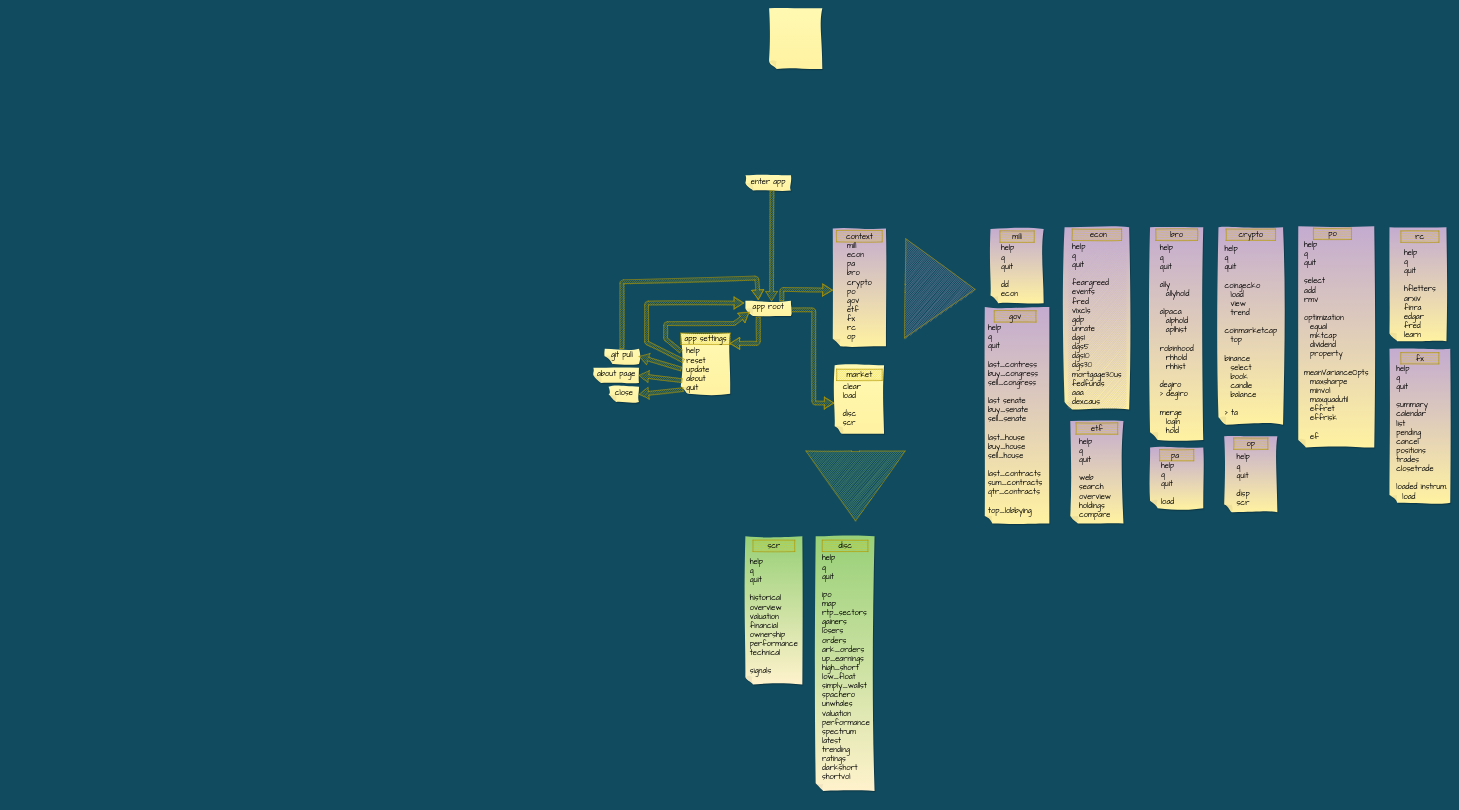
The draw.io diagram Untitled Diagram.drawio in OpenBB-finance/OpenBB, before the edit. Source tidied: cells renumbered, new cells numbered last; positions are measured from the earlier drawing's top-left corner, leaving out a move shared by most shapes. Both pictures are drawn from the tidied source at 38%, with x=0, y=0 at pixel (593, 8).
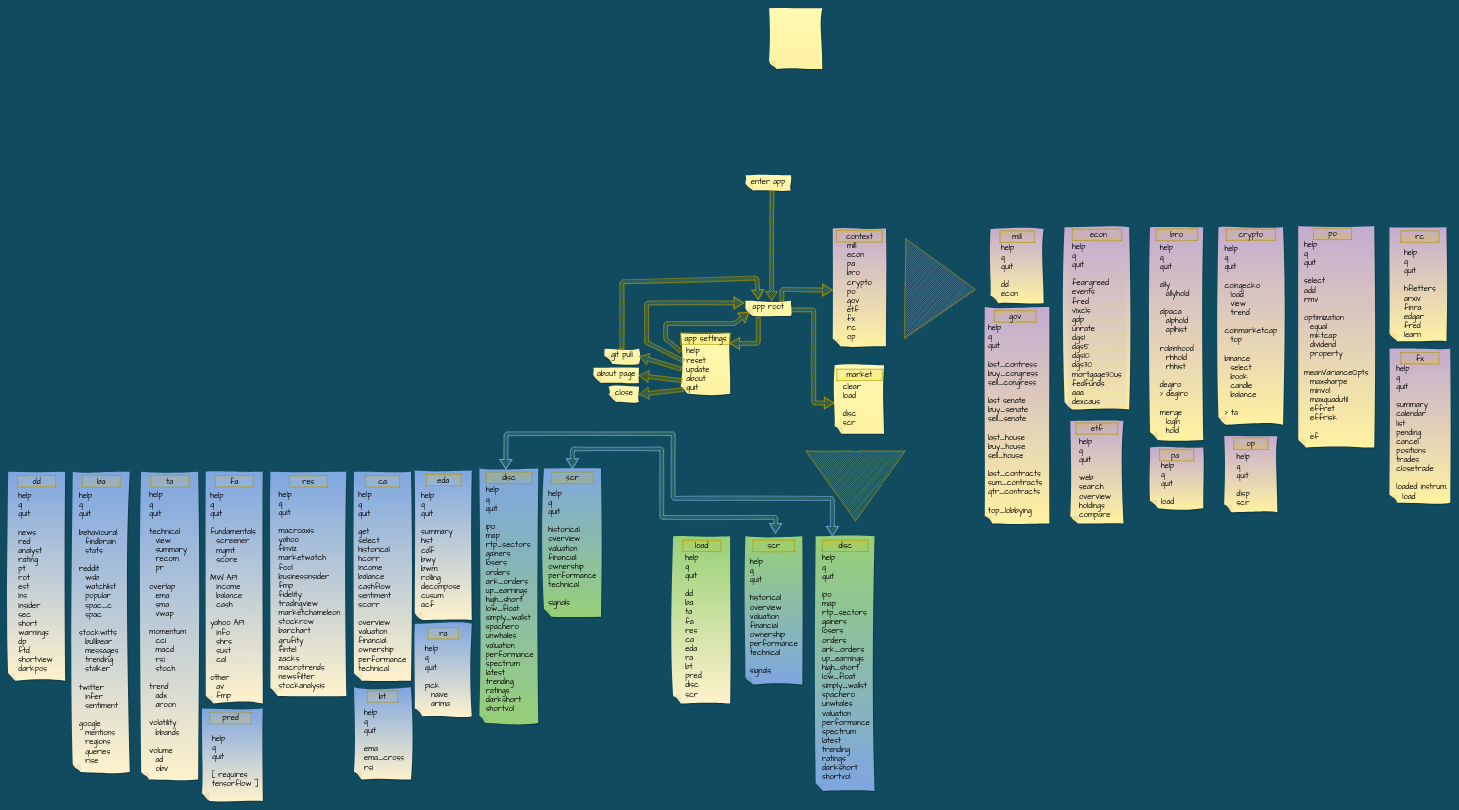
The same diagram, later.

Change to the diagram source:
```diff
@@
-    <mxCell id="65" style="shape=note;whiteSpace=wrap;html=1;backgroundOutline=1;darkOpacity=0.05;strokeColor=none;fillStyle=solid;direction=west;gradientDirection=north;sketch=1;shadow=1;size=20;fontSize=24;jiggle=2;hachureGap=4;fontFamily=Architects Daughter;gradientColor=#FFF2CC;fillColor=#97D077;" parent="1" vertex="1">
+    <mxCell id="65" style="shape=note;whiteSpace=wrap;html=1;backgroundOutline=1;darkOpacity=0.05;strokeColor=none;fillStyle=solid;direction=west;gradientDirection=north;sketch=1;shadow=1;size=20;fontSize=24;jiggle=2;hachureGap=4;fontFamily=Architects Daughter;fillColor=#97D077;gradientColor=#7EA6E0;" parent="1" vertex="1">
       <mxGeometry x="585" y="1390" width="155" height="670" as="geometry" />
     </mxCell>
@@
-    <mxCell id="68" style="shape=note;whiteSpace=wrap;html=1;backgroundOutline=1;darkOpacity=0.05;strokeColor=none;fillStyle=solid;direction=west;gradientDirection=north;sketch=1;shadow=1;size=20;fontSize=24;jiggle=2;hachureGap=4;fontFamily=Architects Daughter;gradientColor=#FFF2CC;fillColor=#97D077;" parent="1" vertex="1">
+    <mxCell id="68" style="shape=note;whiteSpace=wrap;html=1;backgroundOutline=1;darkOpacity=0.05;strokeColor=none;fillStyle=solid;direction=west;gradientDirection=north;sketch=1;shadow=1;size=20;fontSize=24;jiggle=2;hachureGap=4;fontFamily=Architects Daughter;fillColor=#97D077;gradientColor=#7EA6E0;" parent="1" vertex="1">
       <mxGeometry x="400" y="1390" width="150" height="390" as="geometry" />
     </mxCell>
@@
+    <mxCell id="73" style="shape=note;whiteSpace=wrap;html=1;backgroundOutline=1;darkOpacity=0.05;strokeColor=none;fillStyle=solid;direction=west;gradientDirection=north;sketch=1;shadow=1;size=20;fontSize=24;jiggle=2;hachureGap=4;fontFamily=Architects Daughter;gradientColor=#FFF2CC;fillColor=#97D077;" parent="1" vertex="1">
+      <mxGeometry x="210" y="1390" width="150" height="440" as="geometry" />
+    </mxCell>
+    <mxCell id="74" value="&amp;nbsp; &amp;nbsp;load&amp;nbsp; &amp;nbsp;" style="text;html=1;align=center;verticalAlign=middle;sketch=1;hachureGap=4;fontFamily=Architects Daughter;fontSize=20;fillColor=#e3c800;strokeColor=#B09500;fontColor=#000000;" parent="1" vertex="1">
+      <mxGeometry x="235" y="1400" width="100" height="30" as="geometry" />
+    </mxCell>
+    <mxCell id="75" value="&lt;div&gt;&lt;/div&gt;&lt;span&gt;help&lt;br&gt;q&lt;br&gt;quit&lt;br&gt;&lt;br&gt;dd&lt;br&gt;ba&lt;br&gt;ta&lt;br&gt;fa&lt;br&gt;res&lt;br&gt;ca&lt;br&gt;eda&lt;br&gt;ra&lt;br&gt;bt&lt;br&gt;pred&lt;br&gt;disc&lt;br&gt;scr&lt;br&gt;&lt;/span&gt;" style="text;html=1;align=left;verticalAlign=middle;fillColor=none;strokeColor=none;rounded=0;sketch=1;hachureGap=4;fontFamily=Architects Daughter;fontSize=20;" parent="1" vertex="1">
+      <mxGeometry x="240" y="1430" width="60" height="390" as="geometry" />
+    </mxCell>
+    <mxCell id="76" style="shape=note;whiteSpace=wrap;html=1;backgroundOutline=1;darkOpacity=0.05;strokeColor=none;fillStyle=solid;direction=west;gradientDirection=north;sketch=1;shadow=1;size=20;fontSize=24;jiggle=2;hachureGap=4;fontFamily=Architects Daughter;gradientColor=#FFF2CC;fillColor=#7EA6E0;" parent="1" vertex="1">
+      <mxGeometry x="-1540" y="1220" width="150" height="550" as="geometry" />
+    </mxCell>
+    <mxCell id="77" value="&amp;nbsp; &amp;nbsp; dd&amp;nbsp; &amp;nbsp;&amp;nbsp;" style="text;html=1;align=center;verticalAlign=middle;sketch=1;hachureGap=4;fontFamily=Architects Daughter;fontSize=20;strokeColor=#B09500;fontColor=#000000;fillColor=#FFD966;" parent="1" vertex="1">
+      <mxGeometry x="-1515" y="1230" width="100" height="30" as="geometry" />
+    </mxCell>
+    <mxCell id="78" value="&lt;div&gt;&lt;/div&gt;&lt;span&gt;help&lt;br&gt;q&lt;br&gt;quit&lt;br&gt;&lt;br&gt;news&lt;br&gt;red&lt;br&gt;analyst&lt;br&gt;rating&lt;br&gt;pt&lt;br&gt;rot&lt;br&gt;est&lt;br&gt;ins&lt;br&gt;insider&lt;br&gt;sec&lt;br&gt;short&lt;br&gt;warnings&lt;br&gt;dp&lt;br&gt;ftd&lt;br&gt;shortview&lt;br&gt;darkpos&lt;br&gt;&lt;/span&gt;" style="text;html=1;align=left;verticalAlign=middle;strokeColor=none;rounded=0;sketch=1;hachureGap=4;fontFamily=Architects Daughter;fontSize=20;" parent="1" vertex="1">
+      <mxGeometry x="-1515" y="1266.2" width="110" height="490" as="geometry" />
+    </mxCell>
+    <mxCell id="79" style="shape=note;whiteSpace=wrap;html=1;backgroundOutline=1;darkOpacity=0.05;strokeColor=none;fillStyle=solid;direction=west;gradientDirection=north;sketch=1;shadow=1;size=20;fontSize=24;jiggle=2;hachureGap=4;fontFamily=Architects Daughter;gradientColor=#FFF2CC;fillColor=#7EA6E0;" parent="1" vertex="1">
+      <mxGeometry x="-1370" y="1220" width="150" height="790" as="geometry" />
+    </mxCell>
+    <mxCell id="80" value="&amp;nbsp; &amp;nbsp; ba&amp;nbsp; &amp;nbsp;&amp;nbsp;" style="text;html=1;align=center;verticalAlign=middle;sketch=1;hachureGap=4;fontFamily=Architects Daughter;fontSize=20;strokeColor=#B09500;fontColor=#000000;fillColor=#FFD966;" parent="1" vertex="1">
+      <mxGeometry x="-1345" y="1230" width="100" height="30" as="geometry" />
+    </mxCell>
+    <mxCell id="81" value="&lt;div&gt;&lt;/div&gt;&lt;span&gt;help&lt;br&gt;q&lt;br&gt;quit&lt;br&gt;&lt;br&gt;behavioural&lt;br&gt;&amp;nbsp; findbrain&lt;br&gt;&amp;nbsp; stats&lt;br&gt;&lt;br&gt;reddit&lt;br&gt;&amp;nbsp; wsb&lt;br&gt;&amp;nbsp; watchlist&lt;br&gt;&amp;nbsp; popular&lt;br&gt;&amp;nbsp; spac_c&lt;br&gt;&amp;nbsp; spac&lt;br&gt;&lt;br&gt;stockwitts&lt;br&gt;&amp;nbsp; bullbear&lt;br&gt;&amp;nbsp; messages&lt;br&gt;&amp;nbsp; trending&lt;br&gt;&amp;nbsp; stalker&lt;br&gt;&lt;br&gt;twitter&lt;br&gt;&amp;nbsp; infer&lt;br&gt;&amp;nbsp; sentiment&lt;br&gt;&lt;br&gt;google&lt;br&gt;&amp;nbsp; mentions&lt;br&gt;&amp;nbsp; regions&lt;br&gt;&amp;nbsp; queries&lt;br&gt;&amp;nbsp; rise&lt;br&gt;&lt;/span&gt;" style="text;html=1;align=left;verticalAlign=middle;strokeColor=none;rounded=0;sketch=1;hachureGap=4;fontFamily=Architects Daughter;fontSize=20;" parent="1" vertex="1">
+      <mxGeometry x="-1355" y="1266.2" width="120" height="730" as="geometry" />
+    </mxCell>
+    <mxCell id="82" style="shape=note;whiteSpace=wrap;html=1;backgroundOutline=1;darkOpacity=0.05;strokeColor=none;fillStyle=solid;direction=west;gradientDirection=north;sketch=1;shadow=1;size=20;fontSize=24;jiggle=2;hachureGap=4;fontFamily=Architects Daughter;gradientColor=#FFF2CC;fillColor=#7EA6E0;" parent="1" vertex="1">
+      <mxGeometry x="-1190" y="1220" width="150" height="810" as="geometry" />
+    </mxCell>
+    <mxCell id="83" value="&amp;nbsp; &amp;nbsp; ta&amp;nbsp; &amp;nbsp;&amp;nbsp;" style="text;html=1;align=center;verticalAlign=middle;sketch=1;hachureGap=4;fontFamily=Architects Daughter;fontSize=20;strokeColor=#B09500;fontColor=#000000;fillColor=#FFD966;" parent="1" vertex="1">
+      <mxGeometry x="-1165" y="1230" width="100" height="30" as="geometry" />
+    </mxCell>
+    <mxCell id="84" value="&lt;div&gt;&lt;/div&gt;&lt;span&gt;help&lt;br&gt;q&lt;br&gt;quit&lt;br&gt;&lt;br&gt;technical&lt;br&gt;&amp;nbsp; view&lt;br&gt;&amp;nbsp; summary&lt;br&gt;&amp;nbsp; recom&lt;br&gt;&amp;nbsp; pr&lt;br&gt;&lt;br&gt;overlap&lt;br&gt;&amp;nbsp; ema&lt;br&gt;&amp;nbsp; sma&lt;br&gt;&amp;nbsp; vwap&lt;br&gt;&lt;br&gt;momentum&lt;br&gt;&amp;nbsp; cci&lt;br&gt;&amp;nbsp; macd&lt;br&gt;&amp;nbsp; rsi&lt;br&gt;&amp;nbsp; stoch&lt;br&gt;&lt;br&gt;trend&lt;br&gt;&amp;nbsp; adx&lt;br&gt;&amp;nbsp; aroon&lt;br&gt;&lt;br&gt;volatility&lt;br&gt;&amp;nbsp; bbands&lt;br&gt;&lt;br&gt;volume&lt;br&gt;&amp;nbsp; ad&lt;br&gt;&amp;nbsp; obv&lt;br&gt;&lt;/span&gt;" style="text;html=1;align=left;verticalAlign=middle;strokeColor=none;rounded=0;sketch=1;hachureGap=4;fontFamily=Architects Daughter;fontSize=20;" parent="1" vertex="1">
+      <mxGeometry x="-1170" y="1266.2" width="120" height="750" as="geometry" />
+    </mxCell>
+    <mxCell id="85" style="shape=note;whiteSpace=wrap;html=1;backgroundOutline=1;darkOpacity=0.05;strokeColor=none;fillStyle=solid;direction=west;gradientDirection=north;sketch=1;shadow=1;size=20;fontSize=24;jiggle=2;hachureGap=4;fontFamily=Architects Daughter;gradientColor=#FFF2CC;fillColor=#7EA6E0;" parent="1" vertex="1">
+      <mxGeometry x="-1020" y="1220" width="150" height="610" as="geometry" />
+    </mxCell>
+    <mxCell id="86" value="&amp;nbsp; &amp;nbsp; fa&amp;nbsp; &amp;nbsp;&amp;nbsp;" style="text;html=1;align=center;verticalAlign=middle;sketch=1;hachureGap=4;fontFamily=Architects Daughter;fontSize=20;strokeColor=#B09500;fontColor=#000000;fillColor=#FFD966;" parent="1" vertex="1">
+      <mxGeometry x="-995" y="1230" width="100" height="30" as="geometry" />
+    </mxCell>
+    <mxCell id="87" value="&lt;div&gt;&lt;/div&gt;&lt;span&gt;help&lt;br&gt;q&lt;br&gt;quit&lt;br&gt;&lt;br&gt;fundamentals&lt;br&gt;&amp;nbsp; screener&lt;br&gt;&amp;nbsp; mgmt&lt;br&gt;&amp;nbsp; score&lt;br&gt;&lt;br&gt;MW API&lt;br&gt;&amp;nbsp; income&lt;br&gt;&amp;nbsp; balance&lt;br&gt;&amp;nbsp; cash&lt;br&gt;&lt;br&gt;yahoo API&lt;br&gt;&amp;nbsp; info&lt;br&gt;&amp;nbsp; shrs&lt;br&gt;&amp;nbsp; sust&lt;br&gt;&amp;nbsp; cal&lt;br&gt;&lt;br&gt;other&lt;br&gt;&amp;nbsp; av&lt;br&gt;&amp;nbsp; fmp&lt;br&gt;&lt;/span&gt;" style="text;html=1;align=left;verticalAlign=middle;strokeColor=none;rounded=0;sketch=1;hachureGap=4;fontFamily=Architects Daughter;fontSize=20;" parent="1" vertex="1">
+      <mxGeometry x="-1010" y="1266.2" width="140" height="560" as="geometry" />
+    </mxCell>
+    <mxCell id="88" style="shape=note;whiteSpace=wrap;html=1;backgroundOutline=1;darkOpacity=0.05;strokeColor=none;fillStyle=solid;direction=west;gradientDirection=north;sketch=1;shadow=1;size=20;fontSize=24;jiggle=2;hachureGap=4;fontFamily=Architects Daughter;gradientColor=#FFF2CC;fillColor=#7EA6E0;" parent="1" vertex="1">
+      <mxGeometry x="-850" y="1220" width="200" height="590" as="geometry" />
+    </mxCell>
+    <mxCell id="89" value="&amp;nbsp; &amp;nbsp;res&amp;nbsp; &amp;nbsp;" style="text;html=1;align=center;verticalAlign=middle;sketch=1;hachureGap=4;fontFamily=Architects Daughter;fontSize=20;strokeColor=#B09500;fontColor=#000000;fillColor=#FFD966;" parent="1" vertex="1">
+      <mxGeometry x="-800" y="1230" width="100" height="30" as="geometry" />
+    </mxCell>
+    <mxCell id="90" value="&lt;div&gt;&lt;/div&gt;&lt;span&gt;help&lt;br&gt;q&lt;br&gt;quit&lt;br&gt;&lt;br&gt;macroaxis&lt;br&gt;yahoo&lt;br&gt;finviz&lt;br&gt;marketwatch&lt;br&gt;fool&lt;br&gt;businessinsider&lt;br&gt;fmp&lt;br&gt;fidelity&lt;br&gt;tradingview&lt;br&gt;marketchameleon&lt;br&gt;stockrow&lt;br&gt;barchart&lt;br&gt;grufity&lt;br&gt;fintel&lt;br&gt;zacks&lt;br&gt;macrotrends&lt;br&gt;newsfilter&lt;br&gt;stockanalysis&lt;br&gt;&lt;/span&gt;" style="text;html=1;align=left;verticalAlign=middle;strokeColor=none;rounded=0;sketch=1;hachureGap=4;fontFamily=Architects Daughter;fontSize=20;" parent="1" vertex="1">
+      <mxGeometry x="-830" y="1266.2" width="180" height="530" as="geometry" />
+    </mxCell>
+    <mxCell id="91" style="shape=note;whiteSpace=wrap;html=1;backgroundOutline=1;darkOpacity=0.05;strokeColor=none;fillStyle=solid;direction=west;gradientDirection=north;sketch=1;shadow=1;size=20;fontSize=24;jiggle=2;hachureGap=4;fontFamily=Architects Daughter;gradientColor=#FFF2CC;fillColor=#7EA6E0;" parent="1" vertex="1">
+      <mxGeometry x="-630" y="1220" width="150" height="550" as="geometry" />
+    </mxCell>
+    <mxCell id="92" value="&amp;nbsp; &amp;nbsp;ca&amp;nbsp; &amp;nbsp;" style="text;html=1;align=center;verticalAlign=middle;sketch=1;hachureGap=4;fontFamily=Architects Daughter;fontSize=20;strokeColor=#B09500;fontColor=#000000;fillColor=#FFD966;" parent="1" vertex="1">
+      <mxGeometry x="-600" y="1230" width="90" height="30" as="geometry" />
+    </mxCell>
+    <mxCell id="93" value="&lt;div&gt;&lt;/div&gt;&lt;span&gt;help&lt;br&gt;q&lt;br&gt;quit&lt;br&gt;&lt;br&gt;get&lt;br&gt;select&lt;br&gt;historical&lt;br&gt;hcorr&lt;br&gt;income&lt;br&gt;balance&lt;br&gt;cashflow&lt;br&gt;sentiment&lt;br&gt;scorr&lt;br&gt;&lt;br&gt;overview&lt;br&gt;valuation&lt;br&gt;financial&lt;br&gt;ownership&lt;br&gt;performance&lt;br&gt;technical&lt;br&gt;&lt;br&gt;&lt;/span&gt;" style="text;html=1;align=left;verticalAlign=middle;strokeColor=none;rounded=0;sketch=1;hachureGap=4;fontFamily=Architects Daughter;fontSize=20;" parent="1" vertex="1">
+      <mxGeometry x="-620" y="1266.2" width="140" height="510" as="geometry" />
+    </mxCell>
+    <mxCell id="94" style="shape=note;whiteSpace=wrap;html=1;backgroundOutline=1;darkOpacity=0.05;strokeColor=none;fillStyle=solid;direction=west;gradientDirection=north;sketch=1;shadow=1;size=20;fontSize=24;jiggle=2;hachureGap=4;fontFamily=Architects Daughter;gradientColor=#FFF2CC;fillColor=#7EA6E0;" parent="1" vertex="1">
+      <mxGeometry x="-470" y="1216.9" width="150" height="393.1" as="geometry" />
+    </mxCell>
+    <mxCell id="95" value="&amp;nbsp; &amp;nbsp;eda&amp;nbsp; &amp;nbsp;" style="text;html=1;align=center;verticalAlign=middle;sketch=1;hachureGap=4;fontFamily=Architects Daughter;fontSize=20;strokeColor=#B09500;fontColor=#000000;fillColor=#FFD966;" parent="1" vertex="1">
+      <mxGeometry x="-440" y="1226.9" width="90" height="30" as="geometry" />
+    </mxCell>
+    <mxCell id="96" value="&lt;div&gt;&lt;/div&gt;&lt;span&gt;help&lt;br&gt;q&lt;br&gt;quit&lt;br&gt;&lt;br&gt;summary&lt;br&gt;hist&lt;br&gt;cdf&lt;br&gt;bwy&lt;br&gt;bwm&lt;br&gt;rolling&lt;br&gt;decompose&lt;br&gt;cusum&lt;br&gt;acf&lt;br&gt;&lt;/span&gt;" style="text;html=1;align=left;verticalAlign=middle;strokeColor=none;rounded=0;sketch=1;hachureGap=4;fontFamily=Architects Daughter;fontSize=20;" parent="1" vertex="1">
+      <mxGeometry x="-455" y="1266.2" width="120" height="320" as="geometry" />
+    </mxCell>
+    <mxCell id="97" style="shape=note;whiteSpace=wrap;html=1;backgroundOutline=1;darkOpacity=0.05;strokeColor=none;fillStyle=solid;direction=west;gradientDirection=north;sketch=1;shadow=1;size=20;fontSize=24;jiggle=2;hachureGap=4;fontFamily=Architects Daughter;gradientColor=#FFF2CC;fillColor=#7EA6E0;" parent="1" vertex="1">
+      <mxGeometry x="-470" y="1620" width="150" height="243.1" as="geometry" />
+    </mxCell>
+    <mxCell id="98" value="&amp;nbsp; &amp;nbsp;ra&amp;nbsp; &amp;nbsp;" style="text;html=1;align=center;verticalAlign=middle;sketch=1;hachureGap=4;fontFamily=Architects Daughter;fontSize=20;strokeColor=#B09500;fontColor=#000000;fillColor=#FFD966;" parent="1" vertex="1">
+      <mxGeometry x="-435" y="1630" width="80" height="30" as="geometry" />
+    </mxCell>
+    <mxCell id="99" value="&lt;div&gt;&lt;/div&gt;&lt;span&gt;help&lt;br&gt;q&lt;br&gt;quit&lt;br&gt;&lt;br&gt;pick&lt;br&gt;&amp;nbsp; naive&lt;br&gt;&amp;nbsp; arima&lt;br&gt;&lt;/span&gt;" style="text;html=1;align=left;verticalAlign=middle;strokeColor=none;rounded=0;sketch=1;hachureGap=4;fontFamily=Architects Daughter;fontSize=20;" parent="1" vertex="1">
+      <mxGeometry x="-445" y="1673.1" width="80" height="170" as="geometry" />
+    </mxCell>
+    <mxCell id="100" style="shape=note;whiteSpace=wrap;html=1;backgroundOutline=1;darkOpacity=0.05;strokeColor=none;fillStyle=solid;direction=west;gradientDirection=north;sketch=1;shadow=1;size=20;fontSize=24;jiggle=2;hachureGap=4;fontFamily=Architects Daughter;gradientColor=#FFF2CC;fillColor=#7EA6E0;" parent="1" vertex="1">
+      <mxGeometry x="-630" y="1786.9" width="150" height="243.1" as="geometry" />
+    </mxCell>
+    <mxCell id="101" value="&amp;nbsp; &amp;nbsp;bt&amp;nbsp; &amp;nbsp;" style="text;html=1;align=center;verticalAlign=middle;sketch=1;hachureGap=4;fontFamily=Architects Daughter;fontSize=20;strokeColor=#B09500;fontColor=#000000;fillColor=#FFD966;" parent="1" vertex="1">
+      <mxGeometry x="-595" y="1796.9" width="80" height="30" as="geometry" />
+    </mxCell>
+    <mxCell id="102" value="&lt;div&gt;&lt;/div&gt;&lt;span&gt;help&lt;br&gt;q&lt;br&gt;quit&lt;br&gt;&lt;br&gt;ema&lt;br&gt;ema_cross&lt;br&gt;rsi&lt;br&gt;&lt;/span&gt;" style="text;html=1;align=left;verticalAlign=middle;strokeColor=none;rounded=0;sketch=1;hachureGap=4;fontFamily=Architects Daughter;fontSize=20;" parent="1" vertex="1">
+      <mxGeometry x="-605" y="1840" width="120" height="170" as="geometry" />
+    </mxCell>
+    <mxCell id="103" style="shape=note;whiteSpace=wrap;html=1;backgroundOutline=1;darkOpacity=0.05;strokeColor=none;fillStyle=solid;direction=west;gradientDirection=north;sketch=1;shadow=1;size=20;fontSize=24;jiggle=2;hachureGap=4;fontFamily=Architects Daughter;gradientColor=#FFF2CC;fillColor=#7EA6E0;" parent="1" vertex="1">
+      <mxGeometry x="-1030" y="1843.1" width="160" height="243.1" as="geometry" />
+    </mxCell>
+    <mxCell id="104" value="&amp;nbsp; &amp;nbsp;pred&amp;nbsp; &amp;nbsp;" style="text;html=1;align=center;verticalAlign=middle;sketch=1;hachureGap=4;fontFamily=Architects Daughter;fontSize=20;strokeColor=#B09500;fontColor=#000000;fillColor=#FFD966;" parent="1" vertex="1">
+      <mxGeometry x="-1010" y="1853.1" width="110" height="30" as="geometry" />
+    </mxCell>
+    <mxCell id="105" value="&lt;div&gt;&lt;/div&gt;&lt;span&gt;help&lt;br&gt;q&lt;br&gt;quit&lt;br&gt;&lt;br&gt;[ requires&lt;br&gt;tensorflow ]&lt;br&gt;&lt;/span&gt;" style="text;html=1;align=left;verticalAlign=middle;strokeColor=none;rounded=0;sketch=1;hachureGap=4;fontFamily=Architects Daughter;fontSize=20;" parent="1" vertex="1">
+      <mxGeometry x="-1005" y="1906.2" width="140" height="150" as="geometry" />
+    </mxCell>
+    <mxCell id="106" style="shape=note;whiteSpace=wrap;html=1;backgroundOutline=1;darkOpacity=0.05;strokeColor=none;fillStyle=solid;direction=west;gradientDirection=north;sketch=1;shadow=1;size=20;fontSize=24;jiggle=2;hachureGap=4;fontFamily=Architects Daughter;fillColor=#7EA6E0;gradientColor=#97D077;" parent="1" vertex="1">
+      <mxGeometry x="-300" y="1211.2" width="155" height="670" as="geometry" />
+    </mxCell>
+    <mxCell id="107" value="&amp;nbsp; &amp;nbsp; disc&amp;nbsp; &amp;nbsp;&amp;nbsp;" style="text;html=1;align=center;verticalAlign=middle;sketch=1;hachureGap=4;fontFamily=Architects Daughter;fontSize=20;fillColor=#e3c800;strokeColor=#B09500;fontColor=#000000;" parent="1" vertex="1">
+      <mxGeometry x="-282.5" y="1221.2" width="120" height="30" as="geometry" />
+    </mxCell>
+    <mxCell id="108" value="&lt;div style=&quot;&quot;&gt;&lt;/div&gt;&lt;span style=&quot;&quot;&gt;help&lt;br&gt;q&lt;br&gt;quit&lt;br&gt;&lt;br&gt;ipo&lt;br&gt;map&lt;br&gt;rtp_sectors&lt;br&gt;gainers&lt;br&gt;losers&lt;br&gt;orders&lt;br&gt;ark_orders&lt;br&gt;up_earnings&lt;br&gt;high_short&lt;br&gt;low_float&lt;br&gt;simply_wallst&lt;br&gt;spachero&lt;br&gt;unwhales&lt;br&gt;valuation&lt;br&gt;performance&lt;br&gt;spectrum&lt;br&gt;latest&lt;br&gt;trending&lt;br&gt;ratings&lt;br&gt;darkshort&lt;br&gt;shortvol&lt;br&gt;&lt;/span&gt;" style="text;html=1;align=left;verticalAlign=middle;fillColor=none;strokeColor=none;rounded=0;sketch=1;hachureGap=4;fontFamily=Architects Daughter;fontSize=20;" parent="1" vertex="1">
+      <mxGeometry x="-285" y="1251.2" width="140" height="610" as="geometry" />
+    </mxCell>
+    <mxCell id="109" style="edgeStyle=none;curved=1;rounded=0;sketch=1;jettySize=auto;html=1;endArrow=open;sourcePerimeterSpacing=8;targetPerimeterSpacing=8;fontSize=16;shape=flexArrow;rounded=1;startSize=8;endSize=8;fontFamily=Architects Daughter;fillColor=#97D077;exitX=0.551;exitY=0.997;exitDx=0;exitDy=0;exitPerimeter=0;entryX=0.716;entryY=1.001;entryDx=0;entryDy=0;entryPerimeter=0;startArrow=block;strokeColor=#7EA6E0;" parent="1" edge="1" source="106" target="65">
+      <mxGeometry relative="1" as="geometry">
+        <Array as="points">
+          <mxPoint x="-230" y="1120" />
+          <mxPoint x="210" y="1120" />
+          <mxPoint x="210" y="1290" />
+          <mxPoint x="629" y="1290" />
+        </Array>
+      </mxGeometry>
+    </mxCell>
+    <mxCell id="110" style="shape=note;whiteSpace=wrap;html=1;backgroundOutline=1;darkOpacity=0.05;strokeColor=none;fillStyle=solid;direction=west;gradientDirection=north;sketch=1;shadow=1;size=20;fontSize=24;jiggle=2;hachureGap=4;fontFamily=Architects Daughter;fillColor=#7EA6E0;gradientColor=#97D077;" parent="1" vertex="1">
+      <mxGeometry x="-130" y="1211.2" width="150" height="390" as="geometry" />
+    </mxCell>
+    <mxCell id="111" value="&amp;nbsp; &amp;nbsp; scr&amp;nbsp; &amp;nbsp;&amp;nbsp;" style="text;html=1;align=center;verticalAlign=middle;sketch=1;hachureGap=4;fontFamily=Architects Daughter;fontSize=20;fillColor=#e3c800;strokeColor=#B09500;fontColor=#000000;" parent="1" vertex="1">
+      <mxGeometry x="-110" y="1221.2" width="110" height="30" as="geometry" />
+    </mxCell>
+    <mxCell id="112" value="&lt;div style=&quot;&quot;&gt;&lt;/div&gt;&lt;span style=&quot;&quot;&gt;help&lt;br&gt;q&lt;br&gt;quit&lt;br&gt;&lt;br&gt;historical&lt;br&gt;overview&lt;br&gt;valuation&lt;br&gt;financial&lt;br&gt;ownership&lt;br&gt;performance&lt;br&gt;technical&lt;br&gt;&lt;br&gt;signals&lt;br&gt;&lt;/span&gt;" style="text;html=1;align=left;verticalAlign=middle;fillColor=none;strokeColor=none;rounded=0;sketch=1;hachureGap=4;fontFamily=Architects Daughter;fontSize=20;" parent="1" vertex="1">
+      <mxGeometry x="-120" y="1261.2" width="140" height="320" as="geometry" />
+    </mxCell>
+    <mxCell id="113" style="edgeStyle=none;curved=1;rounded=0;sketch=1;jettySize=auto;html=1;endArrow=open;sourcePerimeterSpacing=8;targetPerimeterSpacing=8;fontSize=16;shape=flexArrow;rounded=1;startSize=8;endSize=8;fontFamily=Architects Daughter;fillColor=#97D077;exitX=0.5;exitY=1;exitDx=0;exitDy=0;exitPerimeter=0;startArrow=block;strokeColor=#7EA6E0;" parent="1" edge="1" source="110" target="68">
+      <mxGeometry relative="1" as="geometry">
+        <Array as="points">
+          <mxPoint x="-55" y="1160" />
+          <mxPoint x="180" y="1160" />
+          <mxPoint x="180" y="1340" />
+          <mxPoint x="480" y="1340" />
+        </Array>
+      </mxGeometry>
+    </mxCell>
```
